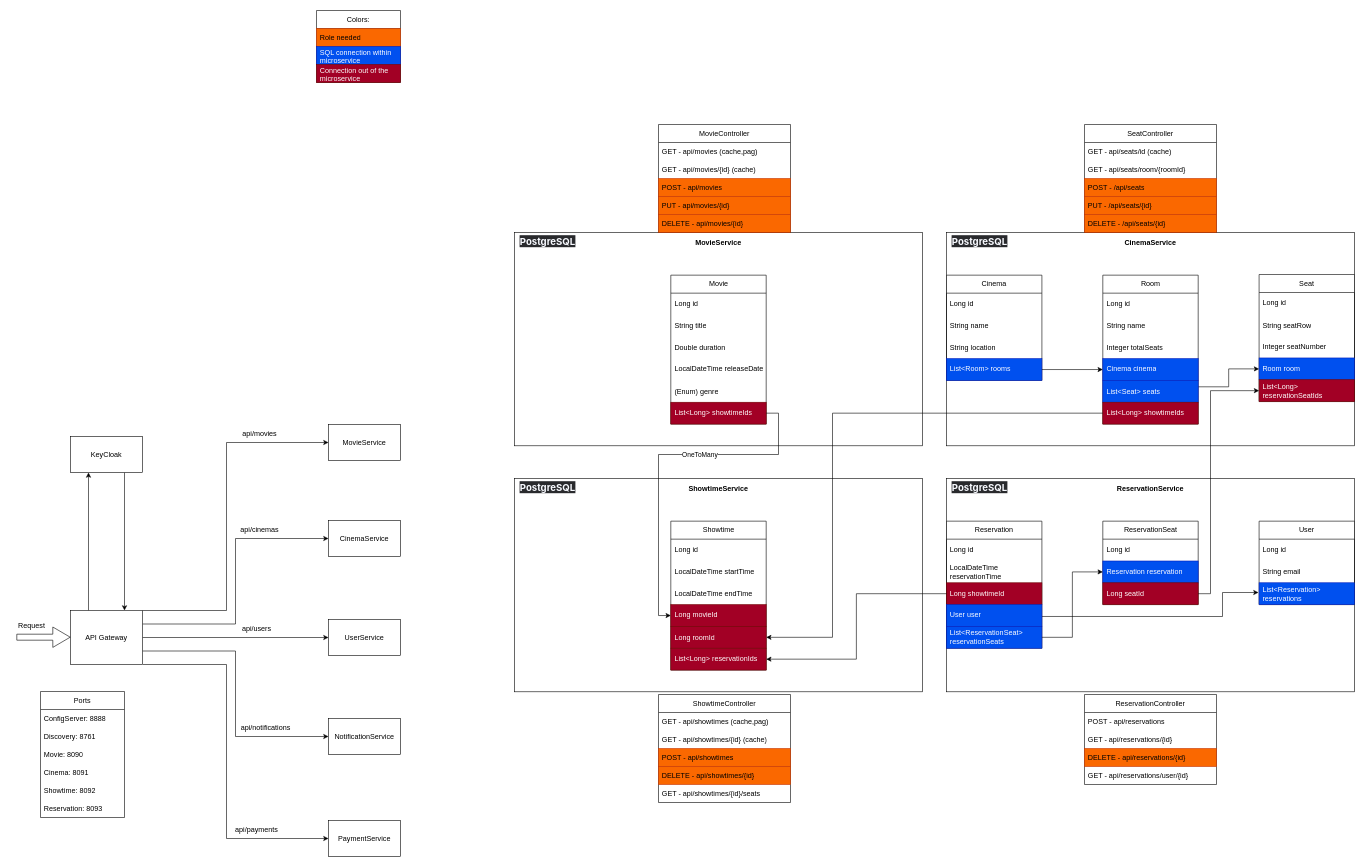
This is system.drawio from tpoda35/JAVA.PROJECT.MovieReservationSystem, a draw.io file, before an edit. Source tidied: cells renumbered, new cells numbered last; positions are measured from the earlier drawing's top-left corner, leaving out a move shared by most shapes. Both pictures are drawn from the tidied source at 60%, with x=0, y=0 at pixel (10, 10).
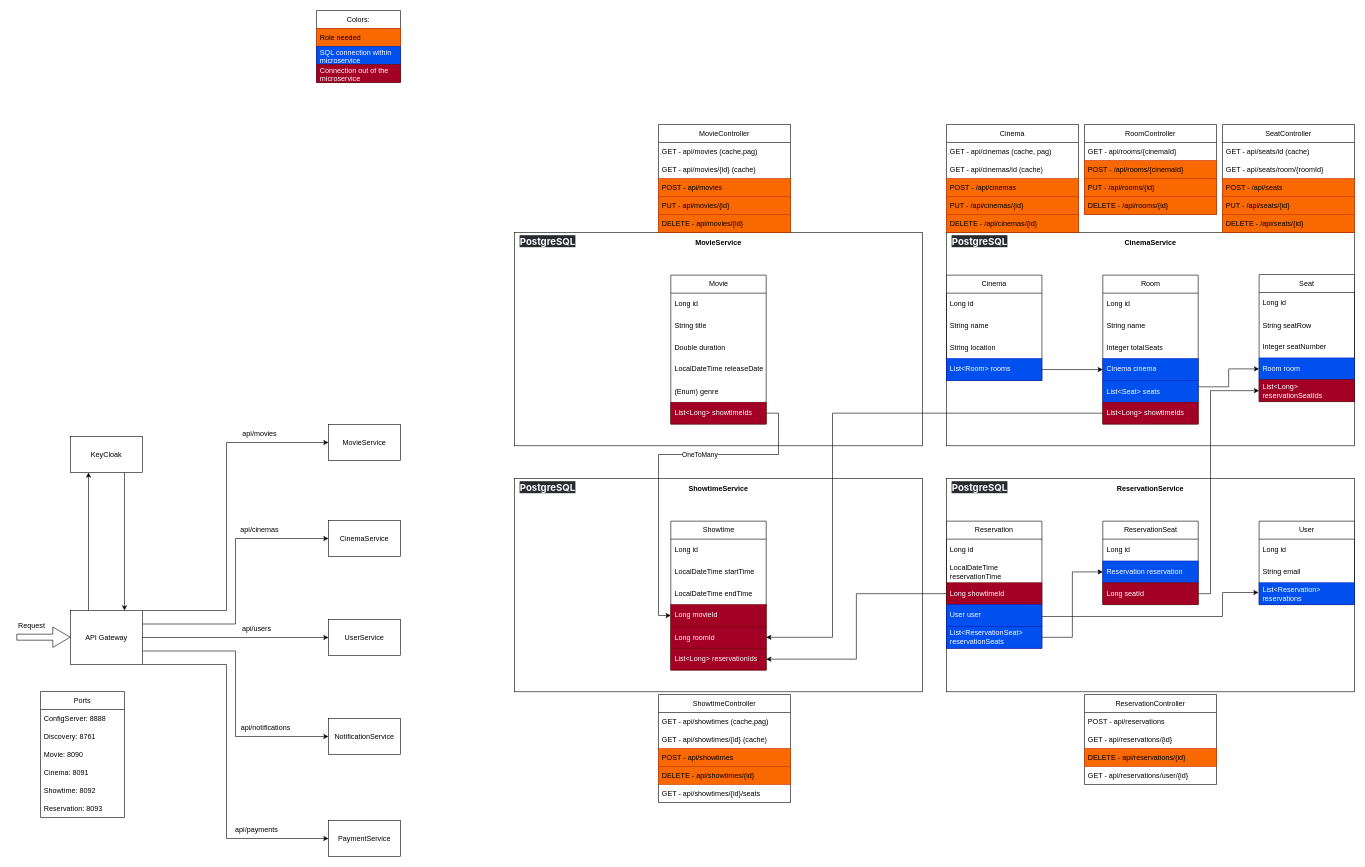
The same page after the edit.

Diff of the diagram source:
```diff
@@
     <mxCell id="117" value="SeatController" style="swimlane;fontStyle=0;horizontal=1;startSize=30;whiteSpace=wrap;html=1;" parent="1" vertex="1">
-      <mxGeometry x="1790" y="190" width="220" height="180" as="geometry" />
+      <mxGeometry x="2020" y="190" width="220" height="180" as="geometry" />
     </mxCell>
@@
+    <mxCell id="128" value="RoomController" style="swimlane;fontStyle=0;horizontal=1;startSize=30;whiteSpace=wrap;html=1;" parent="1" vertex="1">
+      <mxGeometry x="1790" y="190" width="220" height="150" as="geometry" />
+    </mxCell>
+    <mxCell id="129" value="GET - api/rooms/{cinemaId}" style="text;align=left;verticalAlign=middle;spacingLeft=4;spacingRight=4;overflow=hidden;whiteSpace=wrap;html=1;" parent="128" vertex="1">
+      <mxGeometry y="30" width="220" height="30" as="geometry" />
+    </mxCell>
+    <mxCell id="130" value="POST - /api/rooms/{cinemaId}" style="text;strokeColor=#C73500;fillColor=#fa6800;align=left;verticalAlign=middle;spacingLeft=4;spacingRight=4;overflow=hidden;whiteSpace=wrap;html=1;fontColor=#000000;" parent="128" vertex="1">
+      <mxGeometry y="60" width="220" height="30" as="geometry" />
+    </mxCell>
+    <mxCell id="131" value="PUT - /api/rooms/{id}" style="text;strokeColor=#C73500;fillColor=#fa6800;align=left;verticalAlign=middle;spacingLeft=4;spacingRight=4;overflow=hidden;whiteSpace=wrap;html=1;fontColor=#000000;" parent="128" vertex="1">
+      <mxGeometry y="90" width="220" height="30" as="geometry" />
+    </mxCell>
+    <mxCell id="132" value="DELETE - /api/rooms/{id}" style="text;strokeColor=#C73500;fillColor=#fa6800;align=left;verticalAlign=middle;spacingLeft=4;spacingRight=4;overflow=hidden;whiteSpace=wrap;html=1;fontColor=#000000;" parent="128" vertex="1">
+      <mxGeometry y="120" width="220" height="30" as="geometry" />
+    </mxCell>
+    <mxCell id="133" value="Cinema" style="swimlane;fontStyle=0;horizontal=1;startSize=30;whiteSpace=wrap;html=1;" parent="1" vertex="1">
+      <mxGeometry x="1560" y="190" width="220" height="180" as="geometry" />
+    </mxCell>
+    <mxCell id="134" value="GET - api/cinemas (cache, pag)" style="text;strokeColor=none;fillColor=none;align=left;verticalAlign=middle;spacingLeft=4;spacingRight=4;overflow=hidden;whiteSpace=wrap;html=1;" parent="133" vertex="1">
+      <mxGeometry y="30" width="220" height="30" as="geometry" />
+    </mxCell>
+    <mxCell id="135" value="GET - api/cinemas/id (cache)" style="text;align=left;verticalAlign=middle;spacingLeft=4;spacingRight=4;overflow=hidden;whiteSpace=wrap;html=1;" parent="133" vertex="1">
+      <mxGeometry y="60" width="220" height="30" as="geometry" />
+    </mxCell>
+    <mxCell id="136" value="POST - /api/cinemas" style="text;strokeColor=#C73500;fillColor=#fa6800;align=left;verticalAlign=middle;spacingLeft=4;spacingRight=4;overflow=hidden;whiteSpace=wrap;html=1;fontColor=#000000;" parent="133" vertex="1">
+      <mxGeometry y="90" width="220" height="30" as="geometry" />
+    </mxCell>
+    <mxCell id="137" value="PUT - /api/cinemas/{id}" style="text;strokeColor=#C73500;fillColor=#fa6800;align=left;verticalAlign=middle;spacingLeft=4;spacingRight=4;overflow=hidden;whiteSpace=wrap;html=1;fontColor=#000000;" parent="133" vertex="1">
+      <mxGeometry y="120" width="220" height="30" as="geometry" />
+    </mxCell>
+    <mxCell id="138" value="DELETE - /api/cinemas/{id}" style="text;strokeColor=#C73500;fillColor=#fa6800;align=left;verticalAlign=middle;spacingLeft=4;spacingRight=4;overflow=hidden;whiteSpace=wrap;html=1;fontColor=#000000;" parent="133" vertex="1">
+      <mxGeometry y="150" width="220" height="30" as="geometry" />
+    </mxCell>
```
